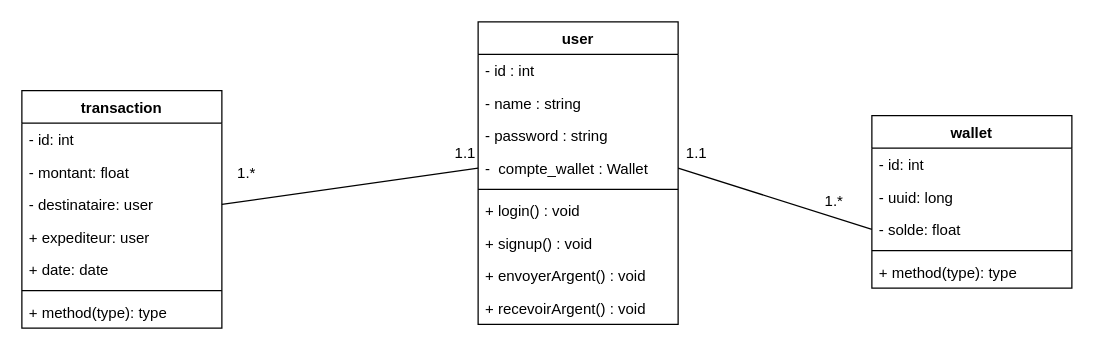
Earlier version of the draw.io diagram conception/diagrame_classe.drawio (AllaouiJihad/API_REST_wallet). Source tidied: cells renumbered, new cells numbered last; positions are measured from the earlier drawing's top-left corner, leaving out a move shared by most shapes. Both pictures are drawn from the tidied source at 125%, with x=0, y=0 at pixel (21, 21).
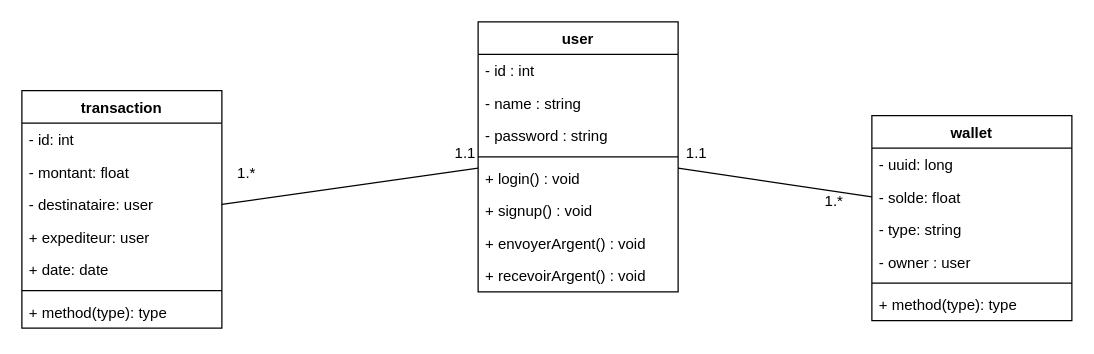
The same page after the edit.

The change refers to these unchanged cells:
```xml
<mxCell id="21" value="- destinataire: user" style="text;strokeColor=none;fillColor=none;align=left;verticalAlign=top;spacingLeft=4;spacingRight=4;overflow=hidden;points=[[0,0.5],[1,0.5]];portConstraint=eastwest;" parent="18" vertex="1">
  <mxGeometry y="78" width="160" height="26" as="geometry" />
</mxCell>
```

Change to the diagram source:
```diff
@@
     <mxCell id="2" value="user" style="swimlane;fontStyle=1;align=center;verticalAlign=top;horizontal=1;startSize=26;" parent="1" vertex="1">
-      <mxGeometry x="365" width="160" height="242" as="geometry" />
+      <mxGeometry x="365" width="160" height="216" as="geometry" />
     </mxCell>
@@
-    <mxCell id="6" value="-  compte_wallet : Wallet" style="text;strokeColor=none;fillColor=none;align=left;verticalAlign=top;spacingLeft=4;spacingRight=4;overflow=hidden;points=[[0,0.5],[1,0.5]];portConstraint=eastwest;" parent="2" vertex="1">
-      <mxGeometry y="104" width="160" height="26" as="geometry" />
-    </mxCell>
     <mxCell id="7" style="line;strokeWidth=1;fillColor=none;align=left;verticalAlign=middle;spacingTop=-1;spacingLeft=3;spacingRight=3;labelPosition=right;strokeColor=inherit;" parent="2" vertex="1">
-      <mxGeometry y="130" width="160" height="8" as="geometry" />
+      <mxGeometry y="104" width="160" height="8" as="geometry" />
     </mxCell>
     <mxCell id="8" value="+ login() : void" style="text;strokeColor=none;fillColor=none;align=left;verticalAlign=top;spacingLeft=4;spacingRight=4;overflow=hidden;" parent="2" vertex="1">
-      <mxGeometry y="138" width="160" height="26" as="geometry" />
+      <mxGeometry y="112" width="160" height="26" as="geometry" />
     </mxCell>
     <mxCell id="9" value="+ signup() : void" style="text;strokeColor=none;fillColor=none;align=left;verticalAlign=top;spacingLeft=4;spacingRight=4;overflow=hidden;" parent="2" vertex="1">
-      <mxGeometry y="164" width="160" height="26" as="geometry" />
+      <mxGeometry y="138" width="160" height="26" as="geometry" />
     </mxCell>
     <mxCell id="10" value="+ envoyerArgent() : void" style="text;strokeColor=none;fillColor=none;align=left;verticalAlign=top;spacingLeft=4;spacingRight=4;overflow=hidden;" parent="2" vertex="1">
-      <mxGeometry y="190" width="160" height="26" as="geometry" />
+      <mxGeometry y="164" width="160" height="26" as="geometry" />
     </mxCell>
     <mxCell id="11" value="+ recevoirArgent() : void" style="text;strokeColor=none;fillColor=none;align=left;verticalAlign=top;spacingLeft=4;spacingRight=4;overflow=hidden;" parent="2" vertex="1">
-      <mxGeometry y="216" width="160" height="26" as="geometry" />
+      <mxGeometry y="190" width="160" height="26" as="geometry" />
     </mxCell>
     <mxCell id="12" value="wallet" style="swimlane;fontStyle=1;align=center;verticalAlign=top;horizontal=1;startSize=26;" parent="1" vertex="1">
-      <mxGeometry x="680" y="75" width="160" height="138" as="geometry" />
+      <mxGeometry x="680" y="75" width="160" height="164" as="geometry" />
     </mxCell>
-    <mxCell id="13" value="- id: int" style="text;strokeColor=none;fillColor=none;align=left;verticalAlign=top;spacingLeft=4;spacingRight=4;overflow=hidden;" parent="12" vertex="1">
-      <mxGeometry y="26" width="160" height="26" as="geometry" />
-    </mxCell>
     <mxCell id="14" value="- uuid: long" style="text;strokeColor=none;fillColor=none;align=left;verticalAlign=top;spacingLeft=4;spacingRight=4;overflow=hidden;" parent="12" vertex="1">
-      <mxGeometry y="52" width="160" height="26" as="geometry" />
+      <mxGeometry y="26" width="160" height="26" as="geometry" />
     </mxCell>
     <mxCell id="15" value="- solde: float" style="text;strokeColor=none;fillColor=none;align=left;verticalAlign=top;spacingLeft=4;spacingRight=4;overflow=hidden;points=[[0,0.5],[1,0.5]];portConstraint=eastwest;" parent="12" vertex="1">
-      <mxGeometry y="78" width="160" height="26" as="geometry" />
+      <mxGeometry y="52" width="160" height="26" as="geometry" />
     </mxCell>
+    <mxCell id="32" value="- type: string" style="text;strokeColor=none;fillColor=none;align=left;verticalAlign=top;spacingLeft=4;spacingRight=4;overflow=hidden;" parent="12" vertex="1">
+      <mxGeometry y="78" width="160" height="26" as="geometry" />
+    </mxCell>
+    <mxCell id="33" value="- owner : user" style="text;strokeColor=none;fillColor=none;align=left;verticalAlign=top;spacingLeft=4;spacingRight=4;overflow=hidden;" parent="12" vertex="1">
+      <mxGeometry y="104" width="160" height="26" as="geometry" />
+    </mxCell>
     <mxCell id="16" style="line;strokeWidth=1;fillColor=none;align=left;verticalAlign=middle;spacingTop=-1;spacingLeft=3;spacingRight=3;labelPosition=right;strokeColor=inherit;" parent="12" vertex="1">
-      <mxGeometry y="104" width="160" height="8" as="geometry" />
+      <mxGeometry y="130" width="160" height="8" as="geometry" />
     </mxCell>
     <mxCell id="17" value="+ method(type): type" style="text;strokeColor=none;fillColor=none;align=left;verticalAlign=top;spacingLeft=4;spacingRight=4;overflow=hidden;" parent="12" vertex="1">
-      <mxGeometry y="112" width="160" height="26" as="geometry" />
+      <mxGeometry y="138" width="160" height="26" as="geometry" />
     </mxCell>
@@
-    <mxCell id="26" style="endArrow=none;html=1;exitX=1;exitY=0.5;exitDx=0;exitDy=0;entryX=0;entryY=0.5;entryDx=0;entryDy=0;" parent="1" edge="1" source="21" target="6">
-      <mxGeometry relative="1" as="geometry" />
+    <mxCell id="26" style="endArrow=none;html=1;exitX=1;exitY=0.5;exitDx=0;exitDy=0;entryX=0;entryY=0.5;entryDx=0;entryDy=0;" parent="1" edge="1" source="21">
+      <mxGeometry relative="1" as="geometry">
+        <mxPoint x="365" y="117" as="targetPoint" />
+      </mxGeometry>
     </mxCell>
-    <mxCell id="27" style="endArrow=none;html=1;exitX=1;exitY=0.5;exitDx=0;exitDy=0;entryX=0;entryY=0.5;entryDx=0;entryDy=0;" parent="1" edge="1" source="6" target="15">
-      <mxGeometry relative="1" as="geometry" />
+    <mxCell id="27" style="endArrow=none;html=1;exitX=1;exitY=0.5;exitDx=0;exitDy=0;entryX=0;entryY=0.5;entryDx=0;entryDy=0;" parent="1" edge="1" target="15">
+      <mxGeometry relative="1" as="geometry">
+        <mxPoint x="525" y="117" as="sourcePoint" />
+      </mxGeometry>
     </mxCell>
```
